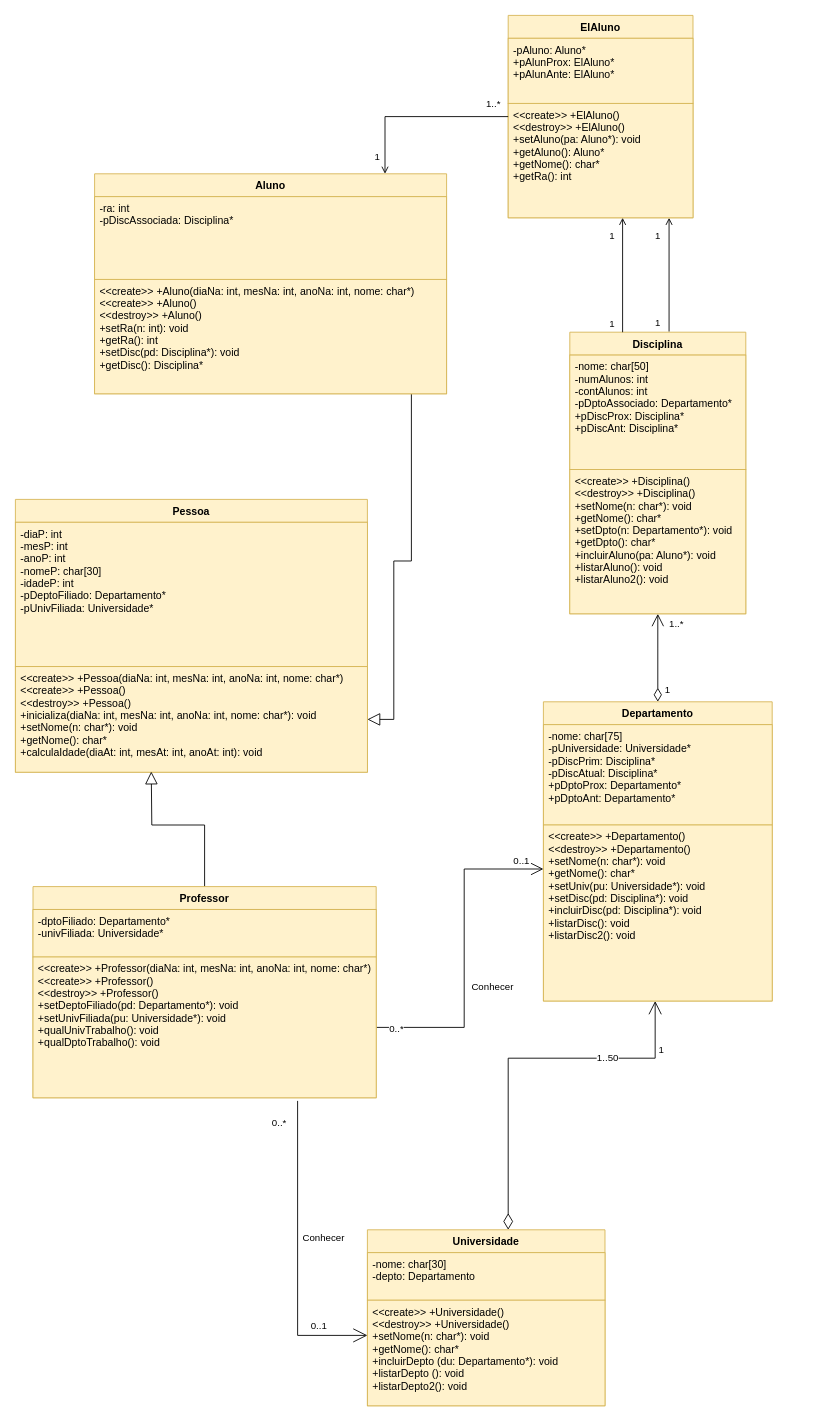
This is uml/sistema_academico.drawio from daniapc/tecprog-sistema-academico, a draw.io file, before an edit. Source tidied: cells renumbered, new cells numbered last; positions are measured from the earlier drawing's top-left corner, leaving out a move shared by most shapes. Both pictures are drawn from the tidied source at 88%, with x=0, y=0 at pixel (15, 15).
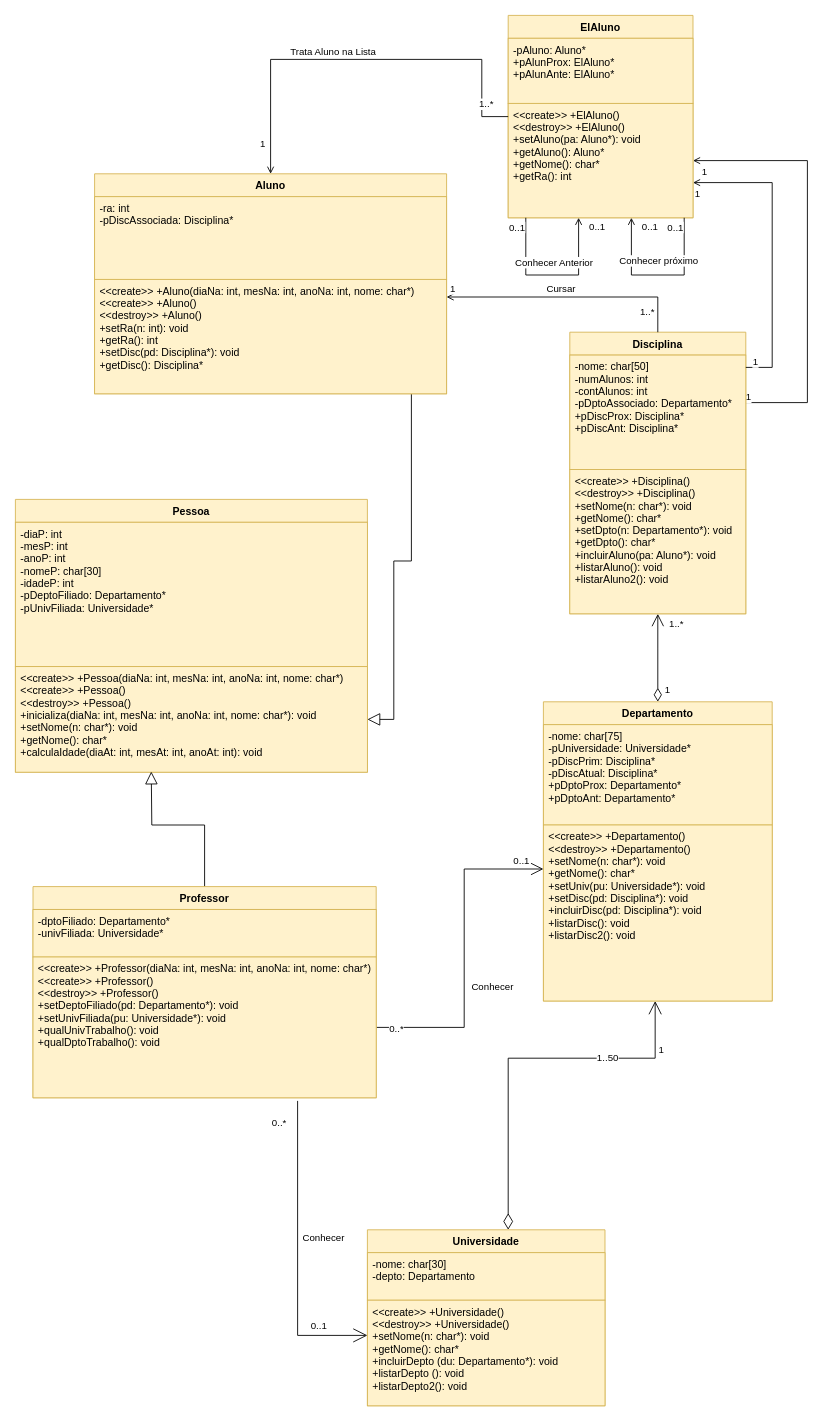
The same page after the edit.

Commit message:
Refinando UML

Unchanged cells that the change refers to:
```xml
<mxCell id="33" value="Aluno" style="swimlane;fontStyle=1;align=center;verticalAlign=top;horizontal=1;startSize=26;rounded=0;fillColor=#fff2cc;strokeColor=#d6b656;" parent="1" vertex="1">
  <mxGeometry x="90" y="180" width="400" height="250" as="geometry" />
</mxCell>
<mxCell id="36" value="Disciplina" style="swimlane;fontStyle=1;align=center;verticalAlign=top;horizontal=1;startSize=26;rounded=0;fillColor=#fff2cc;strokeColor=#d6b656;" parent="1" vertex="1">
  <mxGeometry x="630" y="360" width="200" height="320" as="geometry" />
</mxCell>
<mxCell id="39" value="ElAluno" style="swimlane;fontStyle=1;align=center;verticalAlign=top;horizontal=1;startSize=26;rounded=0;fillColor=#fff2cc;strokeColor=#d6b656;" parent="1" vertex="1">
  <mxGeometry x="560" width="210" height="230" as="geometry" />
</mxCell>
<mxCell id="41" value="&lt;&lt;create&gt;&gt; +ElAluno()&#10;&lt;&lt;destroy&gt;&gt; +ElAluno()&#10;+setAluno(pa: Aluno*): void&#10;+getAluno(): Aluno*&#10;+getNome(): char*&#10;+getRa(): int" style="text;strokeColor=#d6b656;fillColor=#fff2cc;align=left;verticalAlign=top;spacingLeft=4;spacingRight=4;overflow=hidden;points=[[0,0.5],[1,0.5]];portConstraint=eastwest;" parent="39" vertex="1">
  <mxGeometry y="100" width="210" height="130" as="geometry" />
</mxCell>
```

The edit, as a diff of the source:
```diff
@@
-    <mxCell id="30" style="edgeStyle=orthogonalEdgeStyle;rounded=0;jettySize=auto;html=1;entryX=0.564;entryY=-0.002;entryDx=0;entryDy=0;entryPerimeter=0;endArrow=none;endFill=0;startArrow=open;startFill=0;" parent="1" edge="1" source="41" target="36">
+    <mxCell id="30" style="edgeStyle=orthogonalEdgeStyle;rounded=0;jettySize=auto;html=1;endArrow=none;endFill=0;startArrow=open;startFill=0;" parent="1" edge="1" source="41" target="36">
       <mxGeometry relative="1" as="geometry">
         <Array as="points">
-          <mxPoint x="743" y="295" />
+          <mxPoint x="900" y="165" />
+          <mxPoint x="900" y="440" />
         </Array>
       </mxGeometry>
     </mxCell>
@@
     <mxCell id="42" style="edgeStyle=orthogonalEdgeStyle;rounded=0;jettySize=auto;html=1;endArrow=none;endFill=0;startArrow=open;startFill=0;" parent="1" edge="1" source="41" target="36">
       <mxGeometry relative="1" as="geometry">
         <Array as="points">
-          <mxPoint x="690" y="320" />
-          <mxPoint x="690" y="320" />
+          <mxPoint x="860" y="190" />
+          <mxPoint x="860" y="400" />
         </Array>
       </mxGeometry>
     </mxCell>
@@
     <mxCell id="44" value="1" style="edgeLabel;html=1;align=center;verticalAlign=middle;" parent="42" vertex="1">
       <mxGeometry x="0.94" y="-1" relative="1" as="geometry">
-        <mxPoint x="-12" y="-6" as="offset" />
+        <mxPoint y="-6" as="offset" />
       </mxGeometry>
     </mxCell>
-    <mxCell id="45" style="edgeStyle=orthogonalEdgeStyle;rounded=0;jettySize=auto;html=1;endArrow=none;endFill=0;startArrow=open;startFill=0;" parent="1" edge="1" source="33" target="39">
+    <mxCell id="45" style="edgeStyle=orthogonalEdgeStyle;rounded=0;jettySize=auto;html=1;endArrow=none;endFill=0;startArrow=open;startFill=0;" parent="1" edge="1" source="33" target="36">
       <mxGeometry relative="1" as="geometry">
         <Array as="points">
-          <mxPoint x="420" y="115" />
+          <mxPoint x="730" y="320" />
         </Array>
       </mxGeometry>
     </mxCell>
@@
+    <mxCell id="48" value="Cursar" style="edgeLabel;html=1;align=center;verticalAlign=middle;" parent="45" vertex="1">
+      <mxGeometry x="-0.24" y="1" relative="1" as="geometry">
+        <mxPoint x="23" y="-9" as="offset" />
+      </mxGeometry>
+    </mxCell>
+    <mxCell id="49" style="edgeStyle=orthogonalEdgeStyle;rounded=0;jettySize=auto;html=1;endArrow=none;endFill=0;startArrow=open;startFill=0;" parent="1" edge="1" source="33" target="39">
+      <mxGeometry relative="1" as="geometry">
+        <Array as="points">
+          <mxPoint x="290" y="50" />
+          <mxPoint x="530" y="50" />
+          <mxPoint x="530" y="115" />
+        </Array>
+      </mxGeometry>
+    </mxCell>
+    <mxCell id="50" value="1" style="edgeLabel;html=1;align=center;verticalAlign=middle;" parent="49" vertex="1">
+      <mxGeometry x="-0.89" y="1" relative="1" as="geometry">
+        <mxPoint x="-9" y="-9" as="offset" />
+      </mxGeometry>
+    </mxCell>
+    <mxCell id="51" value="1..*" style="edgeLabel;html=1;align=center;verticalAlign=middle;" parent="49" vertex="1">
+      <mxGeometry x="0.94" y="-1" relative="1" as="geometry">
+        <mxPoint x="-12" y="-16" as="offset" />
+      </mxGeometry>
+    </mxCell>
+    <mxCell id="52" value="Trata Aluno na Lista" style="edgeLabel;html=1;align=center;verticalAlign=middle;" parent="49" vertex="1">
+      <mxGeometry x="-0.24" y="1" relative="1" as="geometry">
+        <mxPoint x="23" y="-9" as="offset" />
+      </mxGeometry>
+    </mxCell>
+    <mxCell id="53" style="edgeStyle=orthogonalEdgeStyle;rounded=0;orthogonalLoop=1;jettySize=auto;html=1;endArrow=none;endFill=0;startArrow=open;startFill=0;" parent="1" edge="1" source="39" target="39">
+      <mxGeometry relative="1" as="geometry">
+        <Array as="points">
+          <mxPoint x="640" y="295" />
+          <mxPoint x="580" y="295" />
+        </Array>
+      </mxGeometry>
+    </mxCell>
+    <mxCell id="54" value="0..1" style="edgeLabel;html=1;align=center;verticalAlign=middle;" parent="53" vertex="1">
+      <mxGeometry x="-0.89" y="1" relative="1" as="geometry">
+        <mxPoint x="19" y="-1" as="offset" />
+      </mxGeometry>
+    </mxCell>
+    <mxCell id="55" value="0..1" style="edgeLabel;html=1;align=center;verticalAlign=middle;" parent="53" vertex="1">
+      <mxGeometry x="0.94" y="-1" relative="1" as="geometry">
+        <mxPoint x="-12" y="4" as="offset" />
+      </mxGeometry>
+    </mxCell>
+    <mxCell id="56" value="Conhecer Anterior" style="edgeLabel;html=1;align=center;verticalAlign=middle;" parent="53" vertex="1">
+      <mxGeometry x="-0.24" y="1" relative="1" as="geometry">
+        <mxPoint x="-22" y="-16" as="offset" />
+      </mxGeometry>
+    </mxCell>
+    <mxCell id="57" style="edgeStyle=orthogonalEdgeStyle;rounded=0;orthogonalLoop=1;jettySize=auto;html=1;endArrow=none;endFill=0;startArrow=open;startFill=0;" parent="1" edge="1" source="39" target="39">
+      <mxGeometry relative="1" as="geometry">
+        <Array as="points">
+          <mxPoint x="700" y="295" />
+          <mxPoint x="760" y="295" />
+        </Array>
+      </mxGeometry>
+    </mxCell>
+    <mxCell id="58" value="0..1" style="edgeLabel;html=1;align=center;verticalAlign=middle;" parent="57" vertex="1">
+      <mxGeometry x="-0.89" y="1" relative="1" as="geometry">
+        <mxPoint x="19" y="-1" as="offset" />
+      </mxGeometry>
+    </mxCell>
+    <mxCell id="59" value="0..1" style="edgeLabel;html=1;align=center;verticalAlign=middle;" parent="57" vertex="1">
+      <mxGeometry x="0.94" y="-1" relative="1" as="geometry">
+        <mxPoint x="-12" y="4" as="offset" />
+      </mxGeometry>
+    </mxCell>
+    <mxCell id="60" value="Conhecer próximo" style="edgeLabel;html=1;align=center;verticalAlign=middle;" parent="57" vertex="1">
+      <mxGeometry x="-0.24" y="1" relative="1" as="geometry">
+        <mxPoint x="23" y="-16" as="offset" />
+      </mxGeometry>
+    </mxCell>
```
